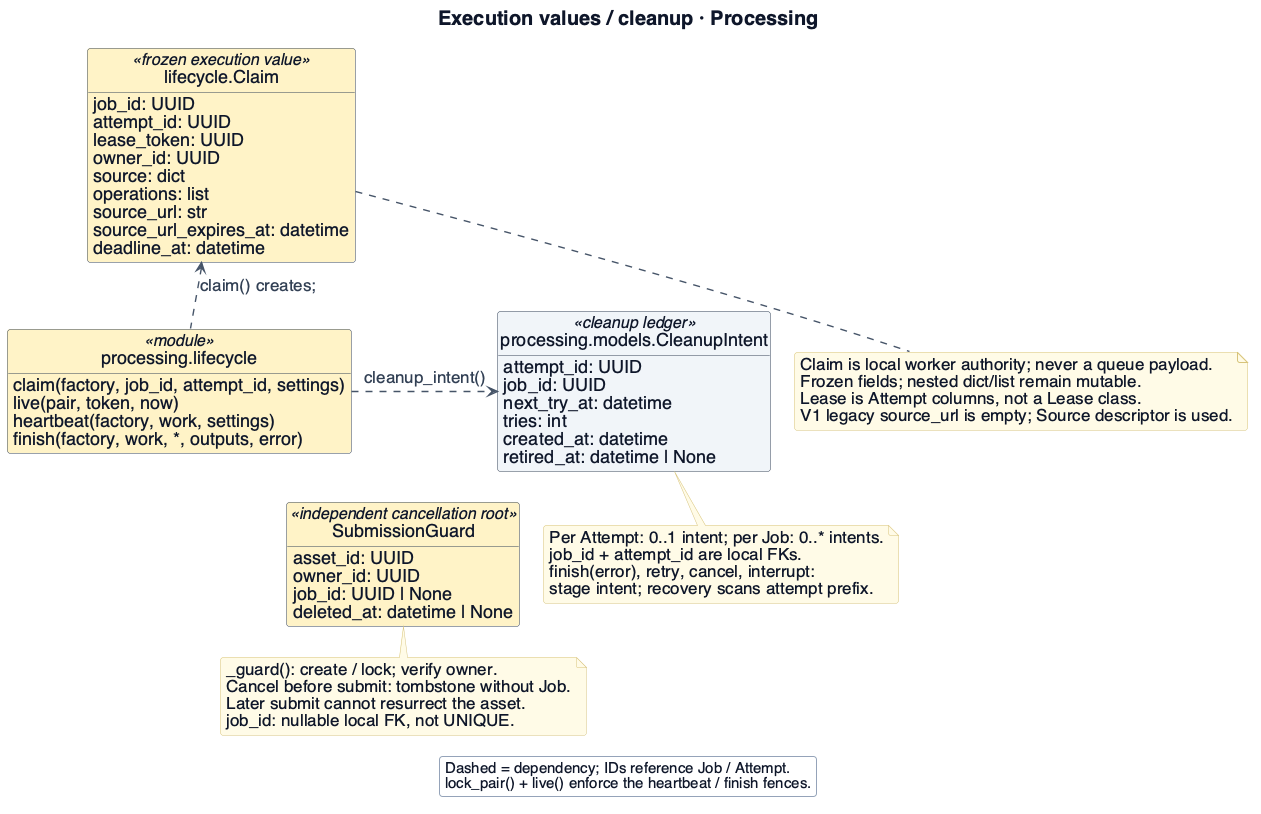
Before: project-documentation/final-report/figures/arch-processing-authority.png, a diagram exported from PlantUML (Collaboration95/dc2). The source it was exported from:
```plantuml
@startuml
!include _style.iuml
skinparam BackgroundColor #ffffff
skinparam dpi 96
skinparam defaultFontSize 20
skinparam classAttributeFontSize 18
skinparam classStereotypeFontSize 16
skinparam ArrowFontSize 17
skinparam NoteFontSize 17
skinparam LegendFontSize 15
skinparam titleFontSize 20
skinparam nodesep 24
skinparam ranksep 30
hide circle
hide empty methods

top to bottom direction
title Execution values / cleanup · Processing
class "lifecycle.Claim" as Claim <<frozen execution value>> $PROC {
 job_id: UUID
 attempt_id: UUID
 lease_token: UUID
 owner_id: UUID
 source: dict
 operations: list
 source_url: str
 source_url_expires_at: datetime
 deadline_at: datetime
}
class "processing.models.CleanupIntent" as Cleanup <<cleanup ledger>> $INFRA {
 attempt_id: UUID
 job_id: UUID
 next_try_at: datetime
 tries: int
 created_at: datetime
 retired_at: datetime | None
}
class "processing.lifecycle" as Life <<module>> $PROC {
 claim(factory, job_id, attempt_id, settings)
 live(pair, token, now)
 heartbeat(factory, work, settings)
 finish(factory, work, *, outputs, error)
}
class SubmissionGuard <<independent cancellation root>> $PROC {
 asset_id: UUID
 owner_id: UUID
 job_id: UUID | None
 deleted_at: datetime | None
}
note bottom of SubmissionGuard
 _guard(): create / lock; verify owner.
 Cancel before submit: tombstone without Job.
 Later submit cannot resurrect the asset.
 job_id: nullable local FK, not UNIQUE.
end note
Claim -[hidden]down- Life
Cleanup -[hidden]down- SubmissionGuard
Life ..up> Claim : claim() creates;
Life ..right> Cleanup : cleanup_intent()
note bottom of Claim
  Claim is local worker authority; never a queue payload.
  Frozen fields; nested dict/list remain mutable.
  Lease is Attempt columns, not a Lease class.
  V1 legacy source_url is empty; Source descriptor is used.
end note
note bottom of Cleanup
  Per Attempt: 0..1 intent; per Job: 0..* intents.
  job_id + attempt_id are local FKs.
  finish(error), retry, cancel, interrupt:
  stage intent; recovery scans attempt prefix.
end note
legend bottom
  Dashed = dependency; IDs reference Job / Attempt.
  lock_pair() + live() enforce the heartbeat / finish fences.
endlegend

@enduml
```
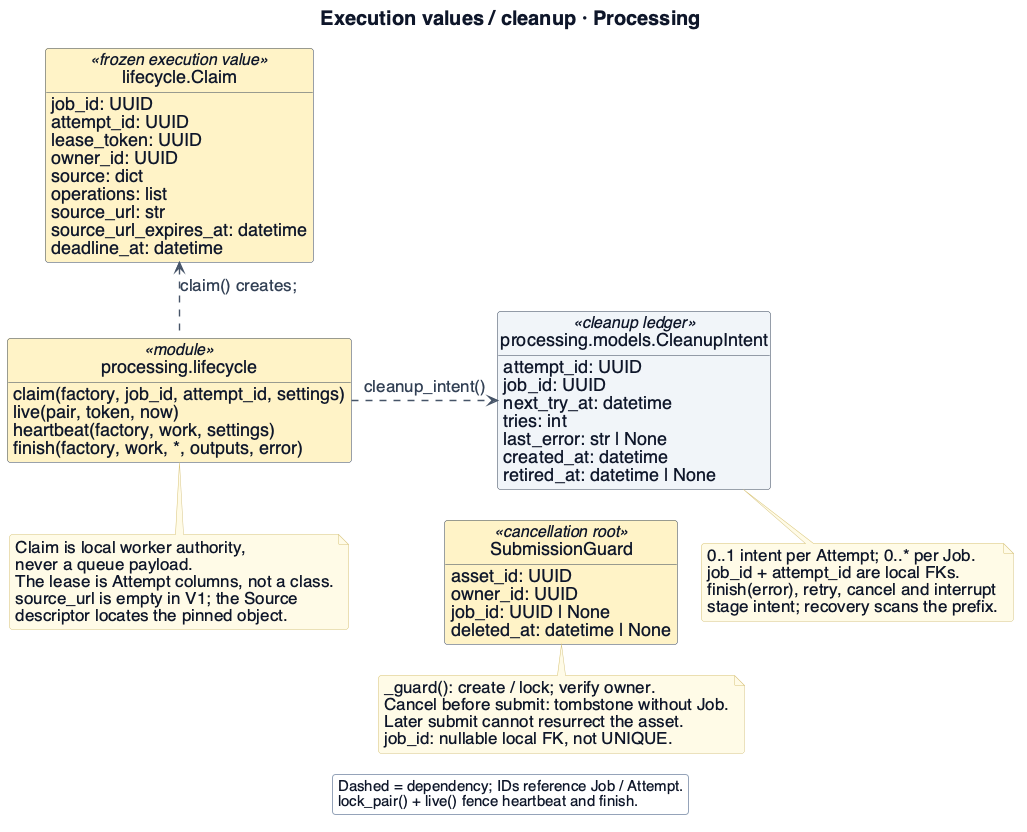
After the commit.

What changed in the source:
```diff
@@ -32,6 +32,7 @@
  job_id: UUID
  next_try_at: datetime
  tries: int
+ last_error: str | None
  created_at: datetime
  retired_at: datetime | None
 }
@@ -41,7 +42,7 @@
  heartbeat(factory, work, settings)
  finish(factory, work, *, outputs, error)
 }
-class SubmissionGuard <<independent cancellation root>> $PROC {
+class SubmissionGuard <<cancellation root>> $PROC {
  asset_id: UUID
  owner_id: UUID
  job_id: UUID | None
@@ -57,21 +58,22 @@
 Cleanup -[hidden]down- SubmissionGuard
 Life ..up> Claim : claim() creates;
 Life ..right> Cleanup : cleanup_intent()
-note bottom of Claim
-  Claim is local worker authority; never a queue payload.
-  Frozen fields; nested dict/list remain mutable.
-  Lease is Attempt columns, not a Lease class.
-  V1 legacy source_url is empty; Source descriptor is used.
+note bottom of Life
+  Claim is local worker authority,
+  never a queue payload.
+  The lease is Attempt columns, not a class.
+  source_url is empty in V1; the Source
+  descriptor locates the pinned object.
 end note
 note bottom of Cleanup
-  Per Attempt: 0..1 intent; per Job: 0..* intents.
+  0..1 intent per Attempt; 0..* per Job.
   job_id + attempt_id are local FKs.
-  finish(error), retry, cancel, interrupt:
-  stage intent; recovery scans attempt prefix.
+  finish(error), retry, cancel and interrupt
+  stage intent; recovery scans the prefix.
 end note
 legend bottom
   Dashed = dependency; IDs reference Job / Attempt.
-  lock_pair() + live() enforce the heartbeat / finish fences.
+  lock_pair() + live() fence heartbeat and finish.
 endlegend
 
 @enduml
```
